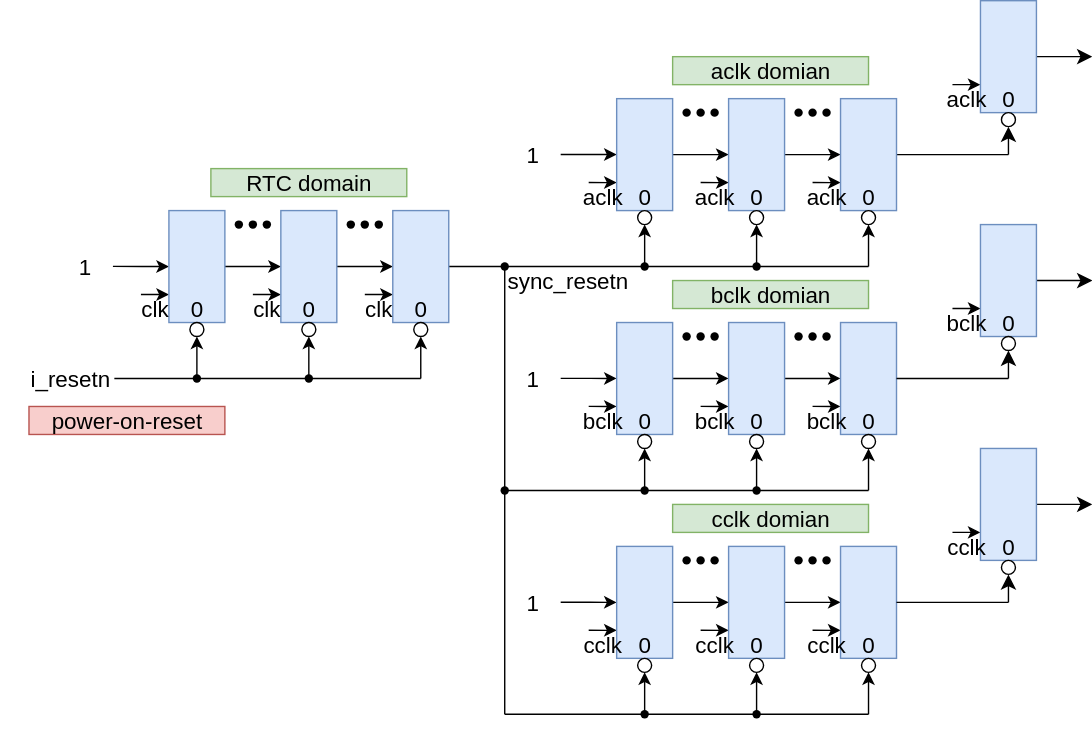
Earlier version of the draw.io export de/platform_clk_resetn_gen/sync_resetn/include/resetn_arch.svg (jnjnliwenjie0022/obs). Source tidied: cells renumbered, new cells last; positions are measured from the earlier drawing's top-left corner, leaving out a move shared by most shapes.
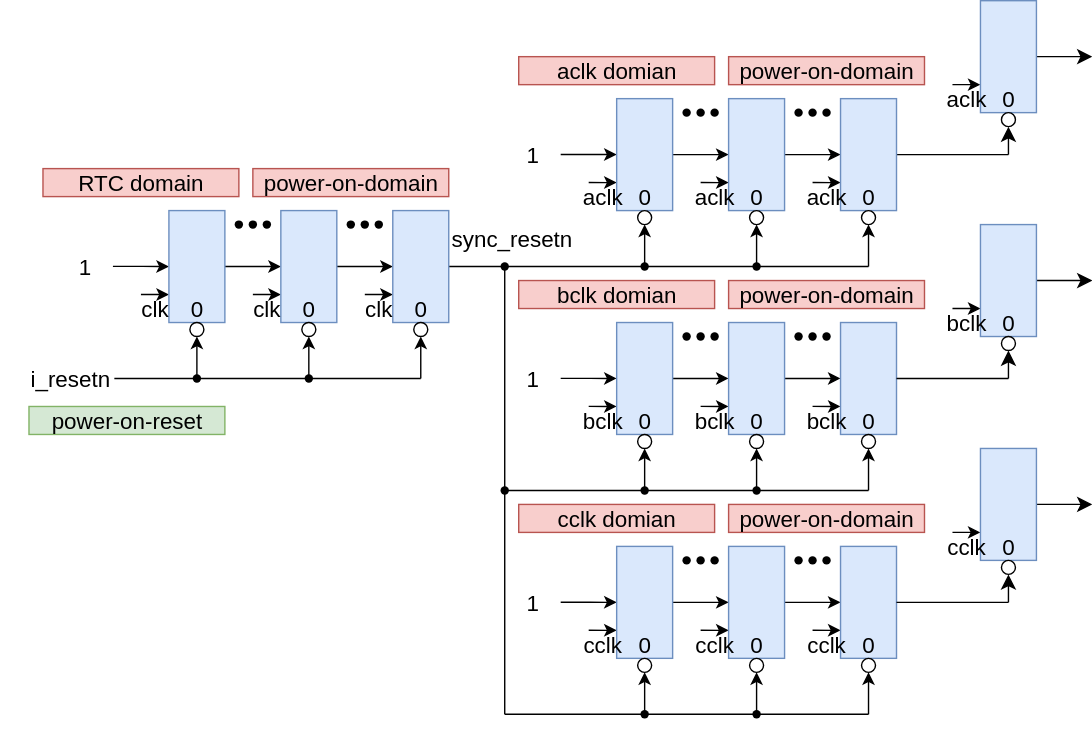
After the commit.

Change to the diagram source:
```diff
@@ -75,7 +75,7 @@
       <mxGeometry y="260" width="80" height="20" as="geometry" />
     </mxCell>
     <mxCell id="20" value="sync_resetn" style="rounded=0;whiteSpace=wrap;html=1;fontSize=16;fillColor=none;strokeColor=none;align=left;" parent="1" vertex="1">
-      <mxGeometry x="360" y="190" width="80" height="20" as="geometry" />
+      <mxGeometry x="320" y="160" width="80" height="20" as="geometry" />
     </mxCell>
     <mxCell id="21" value="0" style="rounded=0;whiteSpace=wrap;html=1;fontSize=16;fillColor=none;strokeColor=none;align=center;" parent="1" vertex="1">
       <mxGeometry x="130" y="210" width="20" height="20" as="geometry" />
@@ -565,20 +565,32 @@
         <mxPoint x="720" y="430" as="sourcePoint" />
       </mxGeometry>
     </mxCell>
-    <mxCell id="157" value="power-on-reset" style="rounded=0;whiteSpace=wrap;html=1;fontSize=16;fillColor=#f8cecc;strokeColor=#b85450;align=center;" parent="1" vertex="1">
+    <mxCell id="157" value="power-on-reset" style="rounded=0;whiteSpace=wrap;html=1;fontSize=16;fillColor=#d5e8d4;strokeColor=#82b366;align=center;" parent="1" vertex="1">
       <mxGeometry x="20" y="290" width="140" height="20" as="geometry" />
     </mxCell>
-    <mxCell id="158" value="aclk domian" style="rounded=0;whiteSpace=wrap;html=1;fontSize=16;fillColor=#d5e8d4;strokeColor=#82b366;align=center;" parent="1" vertex="1">
-      <mxGeometry x="480" y="40" width="140" height="20" as="geometry" />
+    <mxCell id="158" value="aclk domian" style="rounded=0;whiteSpace=wrap;html=1;fontSize=16;fillColor=#f8cecc;strokeColor=#b85450;align=center;" parent="1" vertex="1">
+      <mxGeometry x="370" y="40" width="140" height="20" as="geometry" />
     </mxCell>
-    <mxCell id="159" value="bclk domian" style="rounded=0;whiteSpace=wrap;html=1;fontSize=16;fillColor=#d5e8d4;strokeColor=#82b366;align=center;" parent="1" vertex="1">
-      <mxGeometry x="480" y="200" width="140" height="20" as="geometry" />
+    <mxCell id="159" value="bclk domian" style="rounded=0;whiteSpace=wrap;html=1;fontSize=16;fillColor=#f8cecc;strokeColor=#b85450;align=center;" parent="1" vertex="1">
+      <mxGeometry x="370" y="200" width="140" height="20" as="geometry" />
     </mxCell>
-    <mxCell id="160" value="cclk domian" style="rounded=0;whiteSpace=wrap;html=1;fontSize=16;fillColor=#d5e8d4;strokeColor=#82b366;align=center;" parent="1" vertex="1">
-      <mxGeometry x="480" y="360" width="140" height="20" as="geometry" />
+    <mxCell id="160" value="cclk domian" style="rounded=0;whiteSpace=wrap;html=1;fontSize=16;fillColor=#f8cecc;strokeColor=#b85450;align=center;" parent="1" vertex="1">
+      <mxGeometry x="370" y="360" width="140" height="20" as="geometry" />
     </mxCell>
-    <mxCell id="161" value="RTC domain" style="rounded=0;whiteSpace=wrap;html=1;fontSize=16;fillColor=#d5e8d4;strokeColor=#82b366;align=center;" parent="1" vertex="1">
-      <mxGeometry x="150" y="120" width="140" height="20" as="geometry" />
+    <mxCell id="161" value="RTC domain" style="rounded=0;whiteSpace=wrap;html=1;fontSize=16;fillColor=#f8cecc;strokeColor=#b85450;align=center;" parent="1" vertex="1">
+      <mxGeometry x="30" y="120" width="140" height="20" as="geometry" />
     </mxCell>
+    <mxCell id="162" value="power-on-domain" style="rounded=0;whiteSpace=wrap;html=1;fontSize=16;fillColor=#f8cecc;strokeColor=#b85450;align=center;" parent="1" vertex="1">
+      <mxGeometry x="180" y="120" width="140" height="20" as="geometry" />
+    </mxCell>
+    <mxCell id="163" value="power-on-domain" style="rounded=0;whiteSpace=wrap;html=1;fontSize=16;fillColor=#f8cecc;strokeColor=#b85450;align=center;" parent="1" vertex="1">
+      <mxGeometry x="520" y="200" width="140" height="20" as="geometry" />
+    </mxCell>
+    <mxCell id="164" value="power-on-domain" style="rounded=0;whiteSpace=wrap;html=1;fontSize=16;fillColor=#f8cecc;strokeColor=#b85450;align=center;" parent="1" vertex="1">
+      <mxGeometry x="520" y="360" width="140" height="20" as="geometry" />
+    </mxCell>
+    <mxCell id="165" value="power-on-domain" style="rounded=0;whiteSpace=wrap;html=1;fontSize=16;fillColor=#f8cecc;strokeColor=#b85450;align=center;" parent="1" vertex="1">
+      <mxGeometry x="520" y="40" width="140" height="20" as="geometry" />
+    </mxCell>
   </root>
 </mxGraphModel>
```
